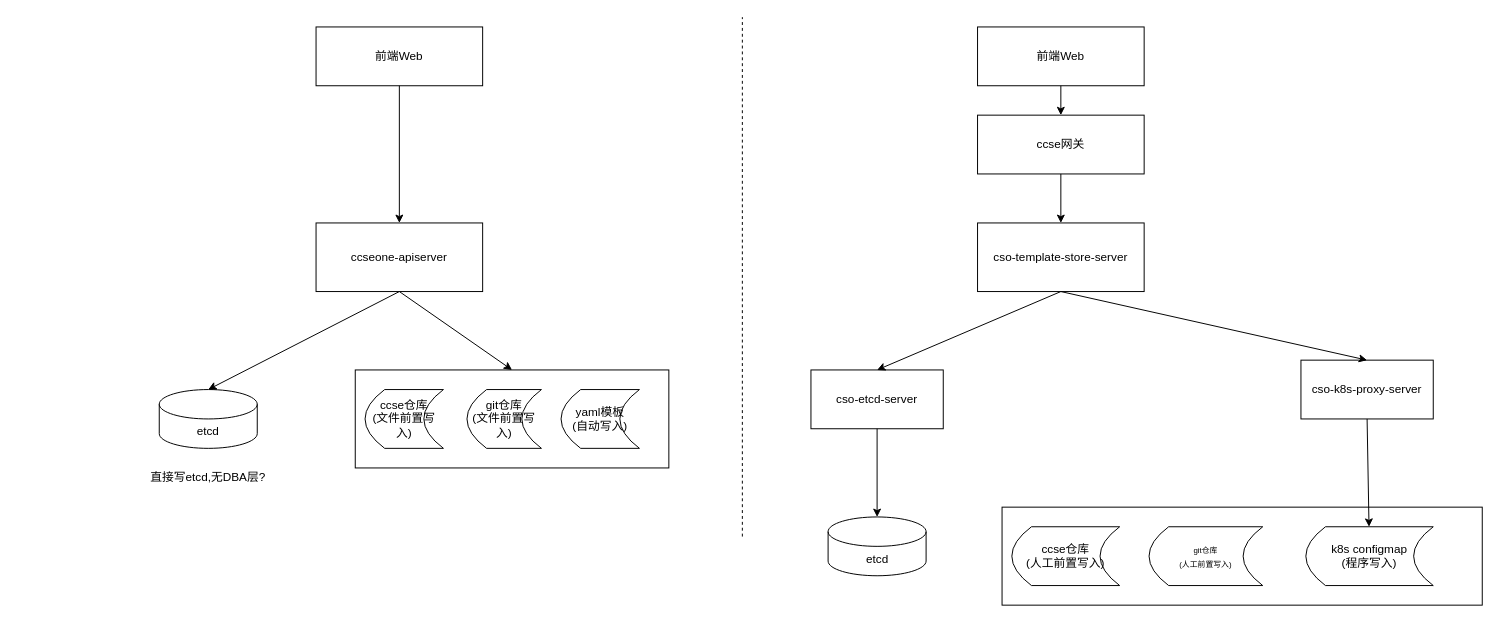
Before: drawio/ccse-模板仓库01.drawio in Tiny-VS-Lina/ccse, a draw.io diagram. Source tidied: cells renumbered, new cells numbered last; positions are measured from the earlier drawing's top-left corner, leaving out a move shared by most shapes. Both pictures are drawn from the tidied source at 98%, with x=0, y=0 at pixel (134, 17).
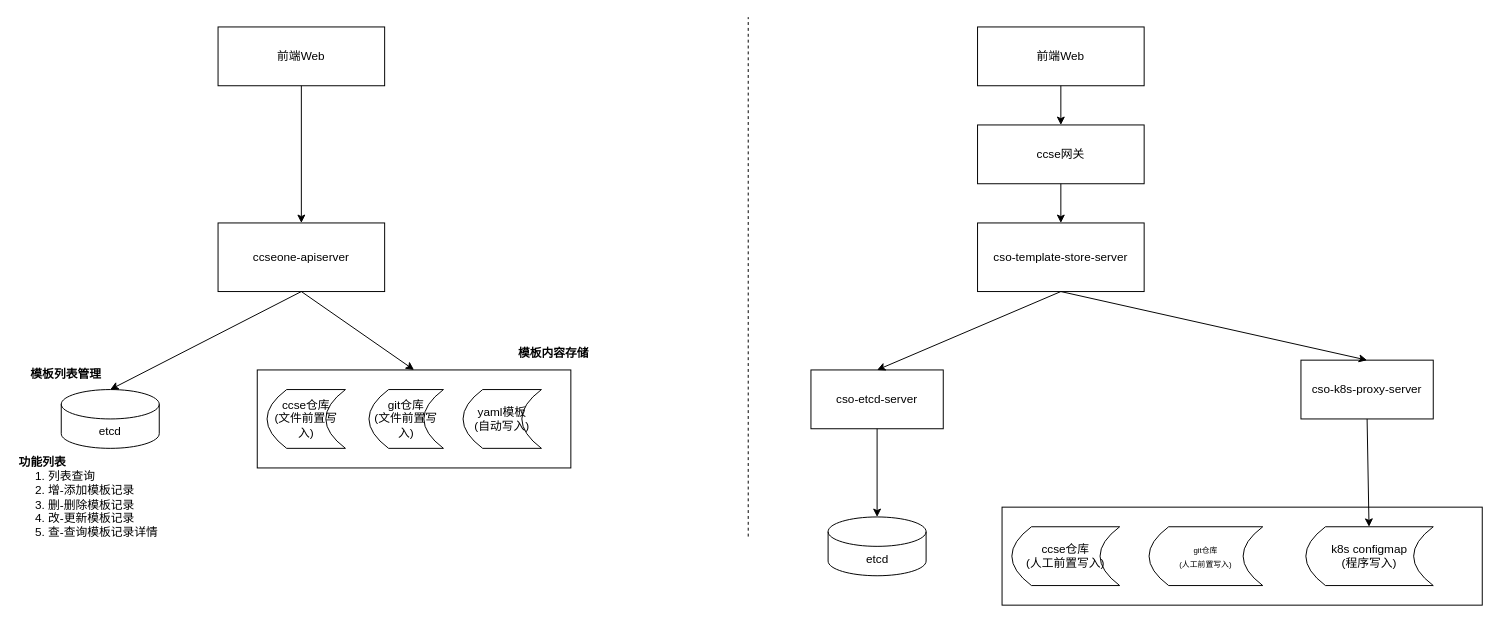
The same page after the edit.

Commit message:
更新ccse-模板仓库01.drawio

What changed in the source:
```diff
@@
     <mxCell id="2" style="rounded=0;whiteSpace=wrap;html=1;" parent="1" vertex="1">
-      <mxGeometry x="225" y="360" width="320" height="100" as="geometry" />
+      <mxGeometry x="125" y="360" width="320" height="100" as="geometry" />
     </mxCell>
     <mxCell id="3" value="前端Web" style="rounded=0;whiteSpace=wrap;html=1;" parent="1" vertex="1">
-      <mxGeometry x="185" y="10" width="170" height="60" as="geometry" />
+      <mxGeometry x="85" y="10" width="170" height="60" as="geometry" />
     </mxCell>
     <mxCell id="4" value="ccseone-apiserver" style="rounded=0;whiteSpace=wrap;html=1;" parent="1" vertex="1">
-      <mxGeometry x="185" y="210" width="170" height="70" as="geometry" />
+      <mxGeometry x="85" y="210" width="170" height="70" as="geometry" />
     </mxCell>
     <mxCell id="5" value="etcd" style="shape=cylinder3;whiteSpace=wrap;html=1;boundedLbl=1;backgroundOutline=1;size=15;" parent="1" vertex="1">
-      <mxGeometry x="25" y="380" width="100" height="60" as="geometry" />
+      <mxGeometry x="-75" y="380" width="100" height="60" as="geometry" />
     </mxCell>
     <mxCell id="6" value="ccse仓库&lt;br style=&quot;border-color: var(--border-color);&quot;&gt;(文件前置写入)" style="shape=dataStorage;whiteSpace=wrap;html=1;fixedSize=1;" parent="1" vertex="1">
-      <mxGeometry x="235" y="380" width="80" height="60" as="geometry" />
+      <mxGeometry x="135" y="380" width="80" height="60" as="geometry" />
     </mxCell>
     <mxCell id="7" value="git仓库&lt;br&gt;(文件前置写入)" style="shape=dataStorage;whiteSpace=wrap;html=1;fixedSize=1;" parent="1" vertex="1">
-      <mxGeometry x="339" y="380" width="76" height="60" as="geometry" />
+      <mxGeometry x="239" y="380" width="76" height="60" as="geometry" />
     </mxCell>
     <mxCell id="8" value="yaml模板&lt;br&gt;(自动写入)" style="shape=dataStorage;whiteSpace=wrap;html=1;fixedSize=1;" parent="1" vertex="1">
-      <mxGeometry x="435" y="380" width="80" height="60" as="geometry" />
+      <mxGeometry x="335" y="380" width="80" height="60" as="geometry" />
     </mxCell>
@@
-    <mxCell id="12" value="直接写etcd,无DBA层?" style="text;html=1;strokeColor=none;fillColor=none;align=center;verticalAlign=middle;whiteSpace=wrap;rounded=0;" parent="1" vertex="1">
-      <mxGeometry y="460" width="150" height="20" as="geometry" />
-    </mxCell>
@@
     <mxCell id="14" value="ccse网关" style="rounded=0;whiteSpace=wrap;html=1;" parent="1" vertex="1">
-      <mxGeometry x="860" y="100" width="170" height="60" as="geometry" />
+      <mxGeometry x="860" y="110" width="170" height="60" as="geometry" />
     </mxCell>
@@
     <mxCell id="29" style="endArrow=none;dashed=1;html=1;rounded=0;" parent="1" edge="1">
       <mxGeometry relative="1" as="geometry">
-        <mxPoint x="620" y="530" as="sourcePoint" />
-        <mxPoint x="620" as="targetPoint" />
+        <mxPoint x="626" y="530" as="sourcePoint" />
+        <mxPoint x="626" as="targetPoint" />
       </mxGeometry>
     </mxCell>
+    <mxCell id="30" value="&lt;b&gt;功能列表&lt;/b&gt;&lt;br&gt;&amp;nbsp; &amp;nbsp; &amp;nbsp;1. 列表查询&lt;br&gt;&amp;nbsp; &amp;nbsp; &amp;nbsp;2.&amp;nbsp;增-添加模板记录&lt;br&gt;&amp;nbsp; &amp;nbsp; &amp;nbsp;3.&amp;nbsp;删-删除模板记录&lt;br&gt;&amp;nbsp; &amp;nbsp; &amp;nbsp;4.&amp;nbsp;改-更新模板记录&lt;br&gt;&amp;nbsp; &amp;nbsp; &amp;nbsp;5.&amp;nbsp;查-查询模板记录详情" style="text;html=1;strokeColor=none;fillColor=none;align=left;verticalAlign=middle;whiteSpace=wrap;rounded=0;" parent="1" vertex="1">
+      <mxGeometry x="-120" y="440" width="180" height="100" as="geometry" />
+    </mxCell>
+    <mxCell id="31" value="&lt;b&gt;模板内容存储&lt;/b&gt;" style="text;html=1;strokeColor=none;fillColor=none;align=center;verticalAlign=middle;whiteSpace=wrap;rounded=0;" parent="1" vertex="1">
+      <mxGeometry x="370" y="335" width="115" height="15" as="geometry" />
+    </mxCell>
+    <mxCell id="32" value="&lt;b&gt;模板列表管理&lt;/b&gt;" style="text;html=1;strokeColor=none;fillColor=none;align=center;verticalAlign=middle;whiteSpace=wrap;rounded=0;" parent="1" vertex="1">
+      <mxGeometry x="-110" y="350" width="80" height="30" as="geometry" />
+    </mxCell>
```
